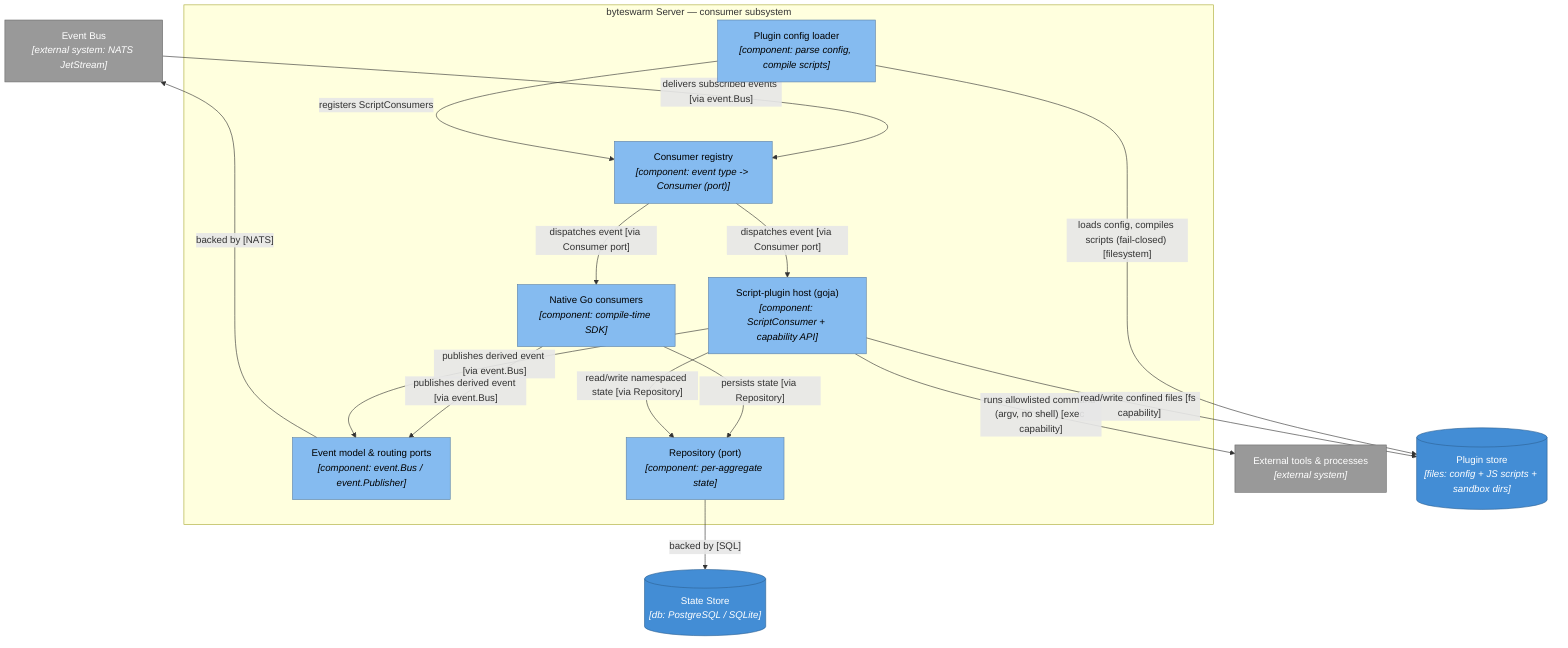
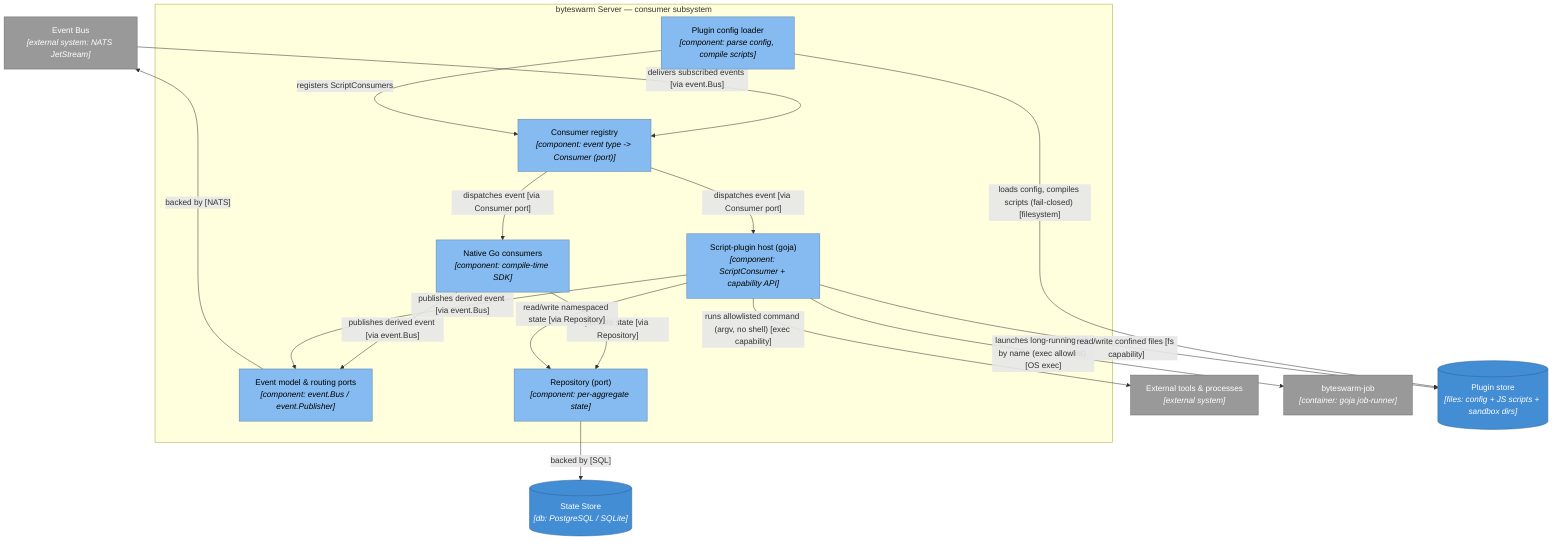
%% C4 L3 — Component diagram for the consumer subsystem (byteswarm Server)
%% Source of truth: docs/adr/ (ADR-0001, ADR-0005, ADR-0008) + code — regenerate via /c4-designer, do not hand-edit
%% Generated: 2026-07-11
%% NOTE: event/consumer/Repository ports reflect code on disk (internal/event, internal/consumer).
%%       The Consumer port + script-plugin path (internal/plugin) are ADR-0008-derived, built by refactor-0001.
flowchart TB
    bus["Event Bus<br/><i>[external system: NATS JetStream]</i>"]
    tools["External tools & processes<br/><i>[external system]</i>"]
+     jobr["byteswarm-job<br/><i>[container: goja job-runner]</i>"]
    db[("State Store<br/><i>[db: PostgreSQL / SQLite]</i>")]
    pstore[("Plugin store<br/><i>[files: config + JS scripts + sandbox dirs]</i>")]

    subgraph srv [byteswarm Server — consumer subsystem]
        reg["Consumer registry<br/><i>[component: event type -> Consumer (port)]</i>"]
        evt["Event model & routing ports<br/><i>[component: event.Bus / event.Publisher]</i>"]
        repo["Repository (port)<br/><i>[component: per-aggregate state]</i>"]
        gocon["Native Go consumers<br/><i>[component: compile-time SDK]</i>"]
        host["Script-plugin host (goja)<br/><i>[component: ScriptConsumer + capability API]</i>"]
        loader["Plugin config loader<br/><i>[component: parse config, compile scripts]</i>"]
    end

    bus -->|"delivers subscribed events [via event.Bus]"| reg
    reg -->|"dispatches event [via Consumer port]"| gocon
    reg -->|"dispatches event [via Consumer port]"| host
    loader -->|"loads config, compiles scripts (fail-closed) [filesystem]"| pstore
    loader -->|"registers ScriptConsumers"| reg
    gocon -->|"persists state [via Repository]"| repo
    gocon -->|"publishes derived event [via event.Bus]"| evt
    host -->|"runs allowlisted command (argv, no shell) [exec capability]"| tools
+     host -->|"launches long-running job by name (exec allowlist) [OS exec]"| jobr
    host -->|"read/write namespaced state [via Repository]"| repo
    host -->|"read/write confined files [fs capability]"| pstore
    host -->|"publishes derived event [via event.Bus]"| evt
    repo -->|"backed by [SQL]"| db
    evt -->|"backed by [NATS]"| bus

    classDef person    fill:#08427b,stroke:#052e56,color:#ffffff
    classDef internal  fill:#1168bd,stroke:#0b4884,color:#ffffff
    classDef external  fill:#999999,stroke:#6b6b6b,color:#ffffff
    classDef datastore fill:#438dd5,stroke:#2e6295,color:#ffffff
    classDef component fill:#85bbf0,stroke:#5d82a8,color:#000000
    class reg,evt,repo,gocon,host,loader component
-     class bus,tools external
+     class bus,tools,jobr external
    class db,pstore datastore
